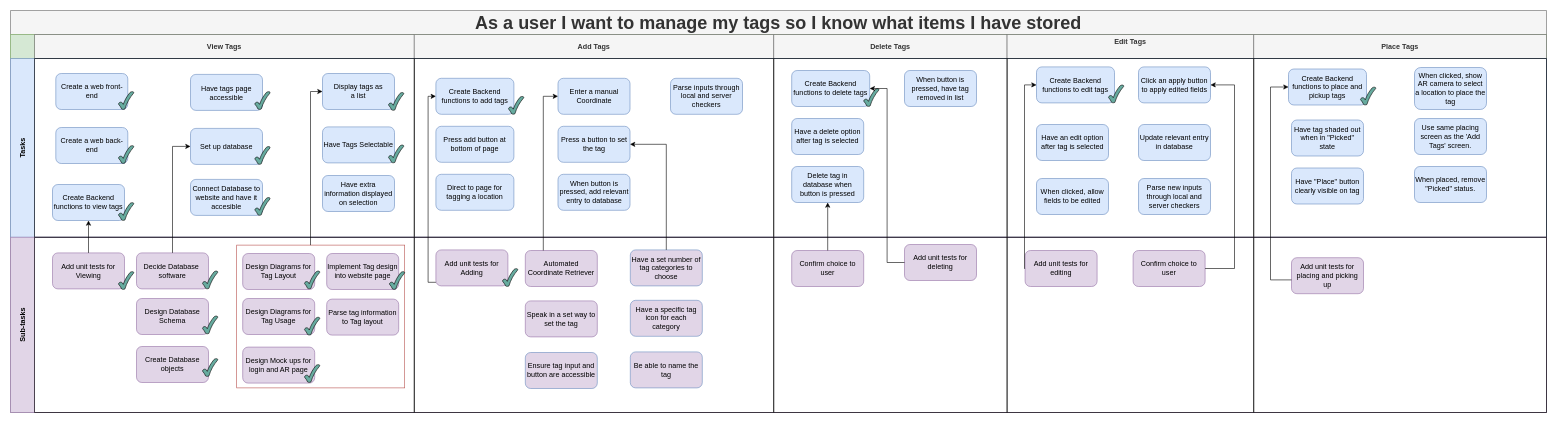
Before: Documentation/Project Diagrams/Story Maps/Manage Tag Theme.drawio in ickeyben123/AR, a draw.io diagram. Source tidied: cells renumbered, new cells numbered last; positions are measured from the earlier drawing's top-left corner, leaving out a move shared by most shapes. Both pictures are drawn from the tidied source at 60%, with x=0, y=0 at pixel (10, 10).
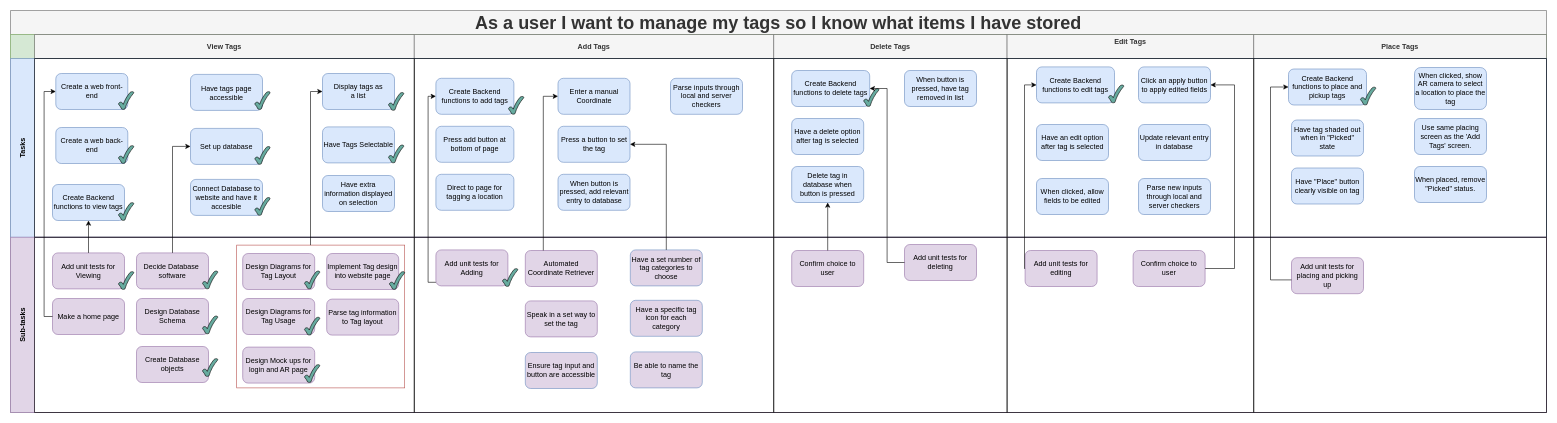
The same page after the edit.

The change refers to these unchanged cells:
```xml
<mxCell id="2" value="As a user I want to manage my tags so I know what items I have stored" style="shape=table;childLayout=tableLayout;rowLines=0;columnLines=0;startSize=40;html=1;whiteSpace=wrap;fontStyle=1;align=center;labelBackgroundColor=none;strokeWidth=1;fontSize=30;fillColor=#f5f5f5;strokeColor=#666666;fontColor=#333333;" parent="1" vertex="1">
  <mxGeometry width="2560" height="670" as="geometry" />
</mxCell>
<mxCell id="15" value="Create a web front-end" style="rounded=1;whiteSpace=wrap;html=1;strokeWidth=1;fillColor=#dae8fc;strokeColor=#6c8ebf;" parent="10" vertex="1">
  <mxGeometry x="35.5" y="25" width="120" height="60" as="geometry" />
</mxCell>
<mxCell id="60" style="swimlane;startSize=0;html=1;whiteSpace=wrap;" parent="59" vertex="1">
  <mxGeometry x="40" width="633" height="292" as="geometry" />
</mxCell>
```

Diff of the diagram source:
```diff
@@
+    <mxCell id="107" value="Make a home page" style="rounded=1;whiteSpace=wrap;html=1;strokeWidth=1;fillColor=#e1d5e7;strokeColor=#9673a6;" parent="60" vertex="1">
+      <mxGeometry x="30" y="102" width="120" height="60" as="geometry" />
+    </mxCell>
@@
+    <mxCell id="108" style="edgeStyle=orthogonalEdgeStyle;rounded=0;jettySize=auto;html=1;entryX=0;entryY=0.5;entryDx=0;entryDy=0;" parent="2" edge="1" source="107" target="15">
+      <mxGeometry relative="1" as="geometry">
+        <Array as="points">
+          <mxPoint x="56" y="510" />
+          <mxPoint x="56" y="135" />
+        </Array>
+      </mxGeometry>
+    </mxCell>
```
